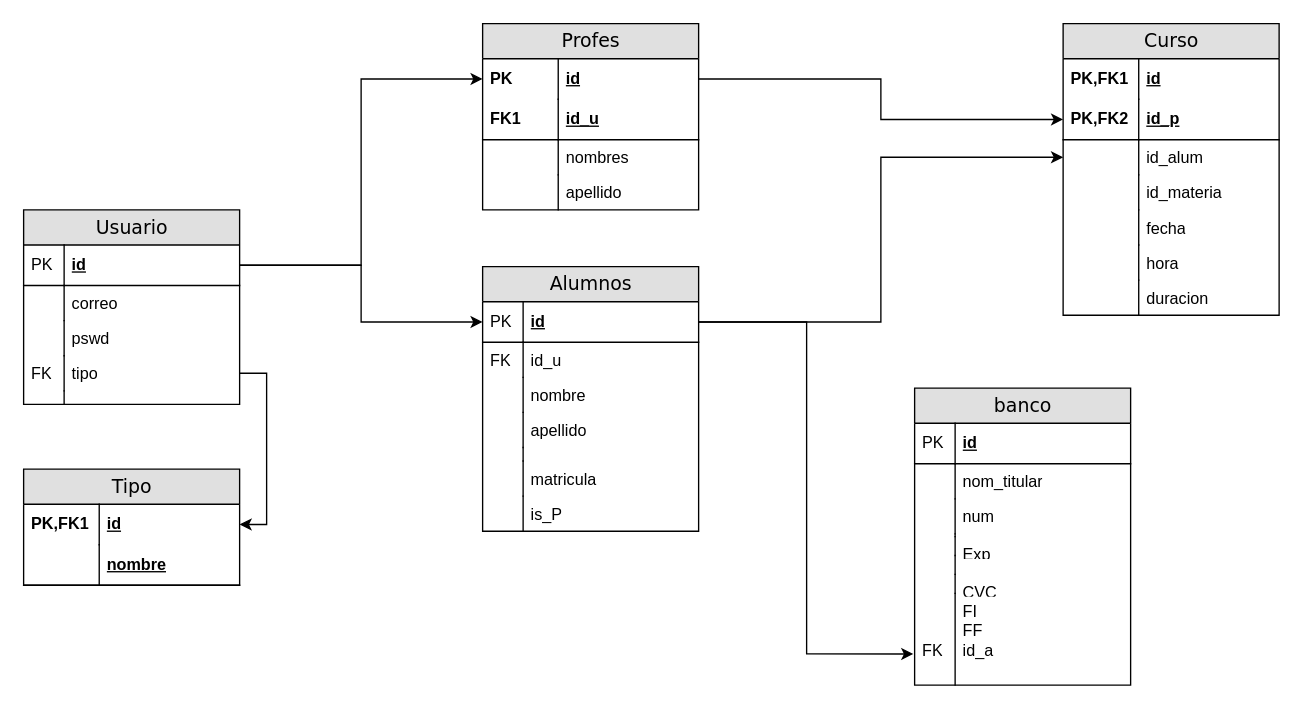
The draw.io diagram Untitled Diagram.drawio in artissce/artissce.github.io, before the edit. Source tidied: cells renumbered, new cells numbered last; positions are measured from the earlier drawing's top-left corner, leaving out a move shared by most shapes. Both pictures are drawn from the tidied source at 135%, with x=0, y=0 at pixel (23, 23).
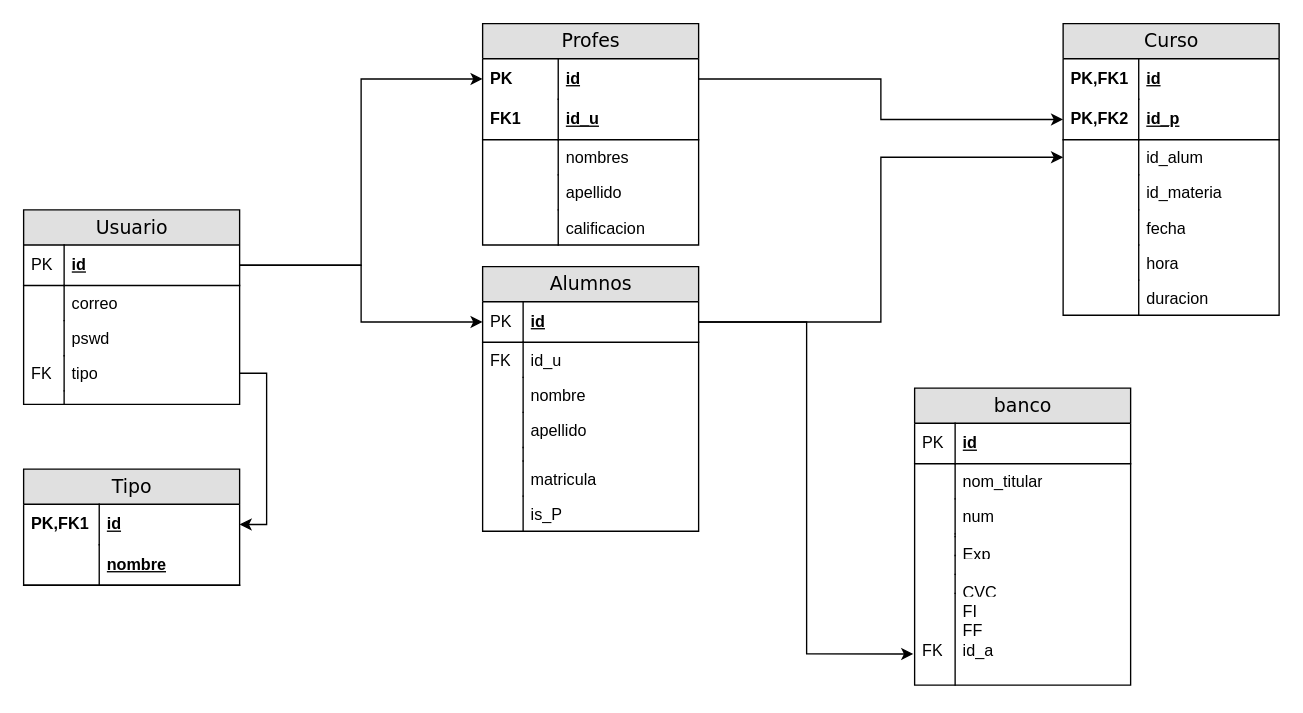
The same diagram, later.

The edit, as a diff of the source:
```diff
@@
     <mxCell id="2" value="Profes" style="swimlane;html=1;fontStyle=0;horizontal=1;startSize=26;fillColor=#e0e0e0;swimlaneFillColor=#ffffff;align=center;rounded=0;shadow=0;comic=0;labelBackgroundColor=none;strokeWidth=1;fontFamily=Verdana;fontSize=14;" parent="1" vertex="1">
-      <mxGeometry x="340" width="160" height="138" as="geometry" />
+      <mxGeometry x="340" width="160" height="164" as="geometry" />
     </mxCell>
@@
+    <mxCell id="80" value="calificacion" style="shape=partialRectangle;top=0;left=0;right=0;bottom=0;html=1;align=left;verticalAlign=top;fillColor=none;spacingLeft=60;spacingRight=4;whiteSpace=wrap;overflow=hidden;" parent="2" vertex="1">
+      <mxGeometry y="138" width="160" height="26" as="geometry" />
+    </mxCell>
+    <mxCell id="81" style="shape=partialRectangle;top=0;left=0;bottom=0;html=1;fillColor=none;align=left;verticalAlign=top;spacingLeft=4;spacingRight=4;whiteSpace=wrap;overflow=hidden;" parent="80" vertex="1">
+      <mxGeometry width="56" height="26" as="geometry" />
+    </mxCell>
```
